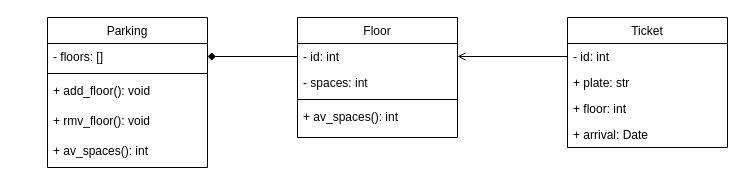
Before: ParkEase.drawio in toruke/2tm1_ParkEase, a draw.io diagram. Source tidied: cells renumbered, new cells numbered last; positions are measured from the earlier drawing's top-left corner, leaving out a move shared by most shapes. Both pictures are drawn from the tidied source at 100%, with x=0, y=0 at pixel (47, 17).
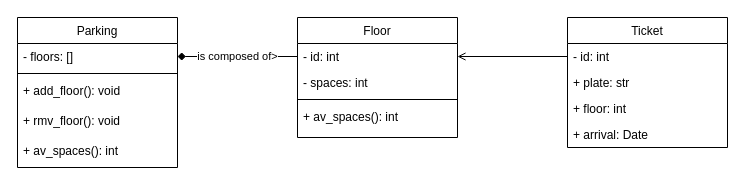
After the change.

Commit message (it also covers changes not shown here):
Mettre à jour ParkEase.drawio

Diff of the diagram source:
```diff
@@
 <mxGraphModel>
   <root>
     <mxCell id="0" />
     <mxCell id="1" parent="0" />
     <mxCell id="2" value="Parking" style="swimlane;fontStyle=0;align=center;verticalAlign=top;horizontal=1;startSize=26;rounded=0;shadow=0;strokeWidth=1;" parent="1" vertex="1">
-      <mxGeometry width="160" height="150" as="geometry" />
+      <mxGeometry x="-30" width="160" height="150" as="geometry" />
     </mxCell>
     <mxCell id="3" value="- floors: []" style="text;align=left;verticalAlign=top;spacingLeft=4;spacingRight=4;overflow=hidden;points=[[0,0.5],[1,0.5]];portConstraint=eastwest;" parent="2" vertex="1">
       <mxGeometry y="26" width="160" height="26" as="geometry" />
     </mxCell>
     <mxCell id="4" style="line;html=1;strokeWidth=1;align=left;verticalAlign=middle;spacingTop=-1;spacingLeft=3;spacingRight=3;labelPosition=right;" parent="2" vertex="1">
       <mxGeometry y="52" width="160" height="8" as="geometry" />
     </mxCell>
     <mxCell id="5" value="+ add_floor(): void" style="text;align=left;verticalAlign=top;spacingLeft=4;spacingRight=4;overflow=hidden;" parent="2" vertex="1">
       <mxGeometry y="60" width="160" height="30" as="geometry" />
     </mxCell>
     <mxCell id="6" value="+ rmv_floor(): void" style="text;align=left;verticalAlign=top;spacingLeft=4;spacingRight=4;overflow=hidden;" parent="2" vertex="1">
       <mxGeometry y="90" width="160" height="30" as="geometry" />
     </mxCell>
     <mxCell id="7" value="+ av_spaces(): int" style="text;align=left;verticalAlign=top;spacingLeft=4;spacingRight=4;overflow=hidden;" parent="2" vertex="1">
       <mxGeometry y="120" width="160" height="30" as="geometry" />
     </mxCell>
     <mxCell id="8" value="Floor" style="swimlane;fontStyle=0;align=center;verticalAlign=top;horizontal=1;startSize=26;rounded=0;shadow=0;strokeWidth=1;" parent="1" vertex="1">
       <mxGeometry x="250" width="160" height="120" as="geometry" />
     </mxCell>
     <mxCell id="9" value="- id: int" style="text;align=left;verticalAlign=top;spacingLeft=4;spacingRight=4;overflow=hidden;points=[[0,0.5],[1,0.5]];portConstraint=eastwest;" parent="8" vertex="1">
       <mxGeometry y="26" width="160" height="26" as="geometry" />
     </mxCell>
     <mxCell id="10" value="- spaces: int" style="text;align=left;verticalAlign=top;spacingLeft=4;spacingRight=4;overflow=hidden;" parent="8" vertex="1">
       <mxGeometry y="52" width="160" height="26" as="geometry" />
     </mxCell>
     <mxCell id="11" style="line;html=1;strokeWidth=1;align=left;verticalAlign=middle;spacingTop=-1;spacingLeft=3;spacingRight=3;labelPosition=right;" parent="8" vertex="1">
       <mxGeometry y="78" width="160" height="8" as="geometry" />
     </mxCell>
     <mxCell id="12" value="+ av_spaces(): int" style="text;align=left;verticalAlign=top;spacingLeft=4;spacingRight=4;overflow=hidden;" parent="8" vertex="1">
       <mxGeometry y="86" width="160" height="30" as="geometry" />
     </mxCell>
     <mxCell id="13" value="Ticket" style="swimlane;fontStyle=0;align=center;verticalAlign=top;horizontal=1;startSize=26;rounded=0;shadow=0;strokeWidth=1;" parent="1" vertex="1">
       <mxGeometry x="520" width="160" height="130" as="geometry" />
     </mxCell>
     <mxCell id="14" value="- id: int" style="text;align=left;verticalAlign=top;spacingLeft=4;spacingRight=4;overflow=hidden;points=[[0,0.5],[1,0.5]];portConstraint=eastwest;" parent="13" vertex="1">
       <mxGeometry y="26" width="160" height="26" as="geometry" />
     </mxCell>
     <mxCell id="15" value="+ plate: str" style="text;align=left;verticalAlign=top;spacingLeft=4;spacingRight=4;overflow=hidden;" parent="13" vertex="1">
       <mxGeometry y="52" width="160" height="26" as="geometry" />
     </mxCell>
     <mxCell id="16" value="+ floor: int" style="text;align=left;verticalAlign=top;spacingLeft=4;spacingRight=4;overflow=hidden;" parent="13" vertex="1">
       <mxGeometry y="78" width="160" height="26" as="geometry" />
     </mxCell>
     <mxCell id="17" value="+ arrival: Date" style="text;align=left;verticalAlign=top;spacingLeft=4;spacingRight=4;overflow=hidden;" parent="13" vertex="1">
       <mxGeometry y="104" width="160" height="26" as="geometry" />
     </mxCell>
-    <mxCell id="18" style="edgeStyle=orthogonalEdgeStyle;rounded=0;jettySize=auto;html=1;exitX=1;exitY=0.5;exitDx=0;exitDy=0;startArrow=diamond;startFill=1;endArrow=none;endFill=0;" parent="1" edge="1" source="3" target="9">
+    <mxCell id="18" value="is composed of&amp;gt;" style="edgeStyle=orthogonalEdgeStyle;rounded=0;jettySize=auto;html=1;exitX=1;exitY=0.5;exitDx=0;exitDy=0;startArrow=diamond;startFill=1;endArrow=none;endFill=0;" parent="1" edge="1" source="3" target="9">
       <mxGeometry relative="1" as="geometry" />
     </mxCell>
     <mxCell id="19" style="edgeStyle=orthogonalEdgeStyle;rounded=0;jettySize=auto;html=1;exitX=0;exitY=0.5;exitDx=0;exitDy=0;entryX=1;entryY=0.5;entryDx=0;entryDy=0;endArrow=open;endFill=0;" parent="1" edge="1" source="14" target="9">
       <mxGeometry relative="1" as="geometry" />
     </mxCell>
   </root>
 </mxGraphModel>
```
